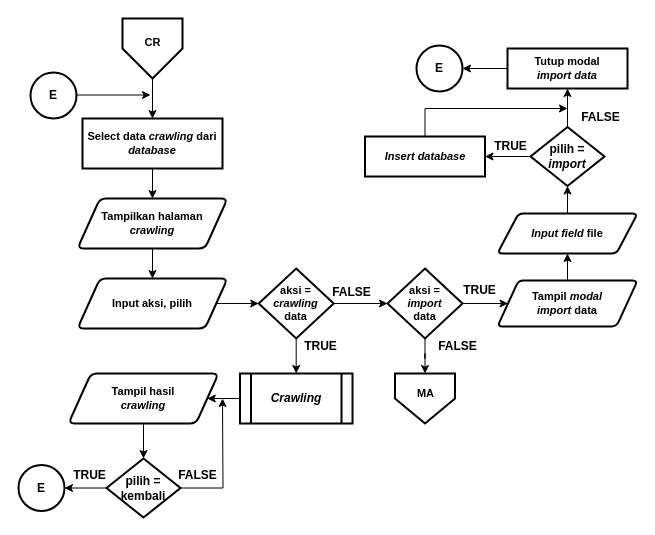
muspriandi/TextMining-SentimentAnalysis keeps this draw.io diagram as Dokumen TA/Paper/Flowchart/Flowchart menu crawling.drawio. Above is the earlier version. Source tidied: cells renumbered, new cells numbered last; positions are measured from the earlier drawing's top-left corner, leaving out a move shared by most shapes. Both pictures are drawn from the tidied source at 100%, with x=0, y=0 at pixel (18, 18).
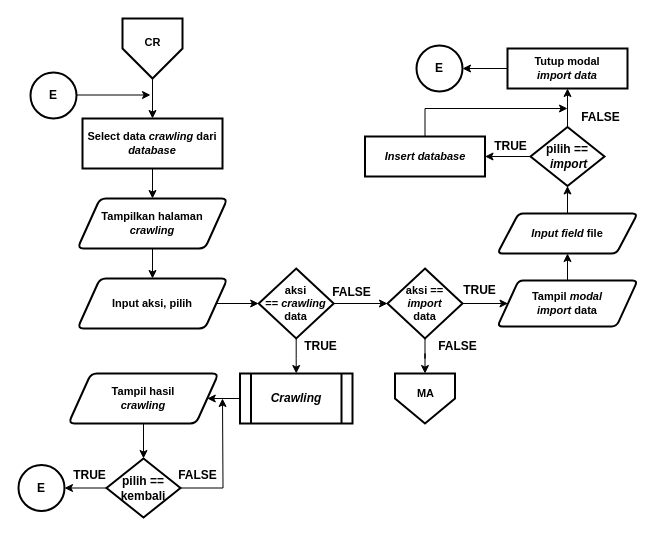
Above is the later version.

What changed in the source:
```diff
@@
-    <mxCell id="17" value="&lt;b style=&quot;font-size: 11px&quot;&gt;&lt;font style=&quot;font-size: 11px&quot;&gt;aksi = &lt;i&gt;crawling&lt;/i&gt;&lt;br style=&quot;font-size: 11px&quot;&gt;data&lt;/font&gt;&lt;/b&gt;" style="rhombus;whiteSpace=wrap;html=1;strokeWidth=2;fontSize=11;" parent="1" vertex="1">
+    <mxCell id="17" value="&lt;b style=&quot;font-size: 11px&quot;&gt;&lt;font style=&quot;font-size: 11px&quot;&gt;aksi ==&amp;nbsp;&lt;i&gt;crawling&lt;/i&gt;&lt;br style=&quot;font-size: 11px&quot;&gt;data&lt;/font&gt;&lt;/b&gt;" style="rhombus;whiteSpace=wrap;html=1;strokeWidth=2;fontSize=11;" parent="1" vertex="1">
       <mxGeometry x="240.2" y="250" width="75" height="70" as="geometry" />
     </mxCell>
@@
-    <mxCell id="22" value="&lt;b style=&quot;font-size: 11px&quot;&gt;&lt;font style=&quot;font-size: 11px&quot;&gt;aksi =&lt;br&gt;&lt;i&gt;import&lt;/i&gt;&lt;br style=&quot;font-size: 11px&quot;&gt;data&lt;/font&gt;&lt;/b&gt;" style="rhombus;whiteSpace=wrap;html=1;strokeWidth=2;fontSize=11;" parent="1" vertex="1">
+    <mxCell id="22" value="&lt;b style=&quot;font-size: 11px&quot;&gt;&lt;font style=&quot;font-size: 11px&quot;&gt;aksi ==&lt;br&gt;&lt;i&gt;import&lt;/i&gt;&lt;br style=&quot;font-size: 11px&quot;&gt;data&lt;/font&gt;&lt;/b&gt;" style="rhombus;whiteSpace=wrap;html=1;strokeWidth=2;fontSize=11;" parent="1" vertex="1">
       <mxGeometry x="369" y="250" width="75" height="70" as="geometry" />
     </mxCell>
@@
-    <mxCell id="29" value="&lt;b&gt;&lt;font style=&quot;font-size: 12px&quot;&gt;pilih = &lt;i&gt;import&lt;/i&gt;&lt;/font&gt;&lt;/b&gt;" style="rhombus;whiteSpace=wrap;html=1;strokeWidth=2;" parent="1" vertex="1">
+    <mxCell id="29" value="&lt;b&gt;&lt;font style=&quot;font-size: 12px&quot;&gt;pilih ==&lt;br&gt;&amp;nbsp;&lt;i&gt;import&lt;/i&gt;&lt;/font&gt;&lt;/b&gt;" style="rhombus;whiteSpace=wrap;html=1;strokeWidth=2;" parent="1" vertex="1">
       <mxGeometry x="512" y="108.5" width="74" height="59" as="geometry" />
     </mxCell>
@@
-    <mxCell id="48" value="&lt;b&gt;&lt;font style=&quot;font-size: 12px&quot;&gt;pilih = kembali&lt;/font&gt;&lt;/b&gt;" style="rhombus;whiteSpace=wrap;html=1;strokeWidth=2;" parent="1" vertex="1">
+    <mxCell id="48" value="&lt;b&gt;&lt;font style=&quot;font-size: 12px&quot;&gt;pilih == kembali&lt;/font&gt;&lt;/b&gt;" style="rhombus;whiteSpace=wrap;html=1;strokeWidth=2;" parent="1" vertex="1">
       <mxGeometry x="88" y="440" width="74" height="59" as="geometry" />
     </mxCell>
```
